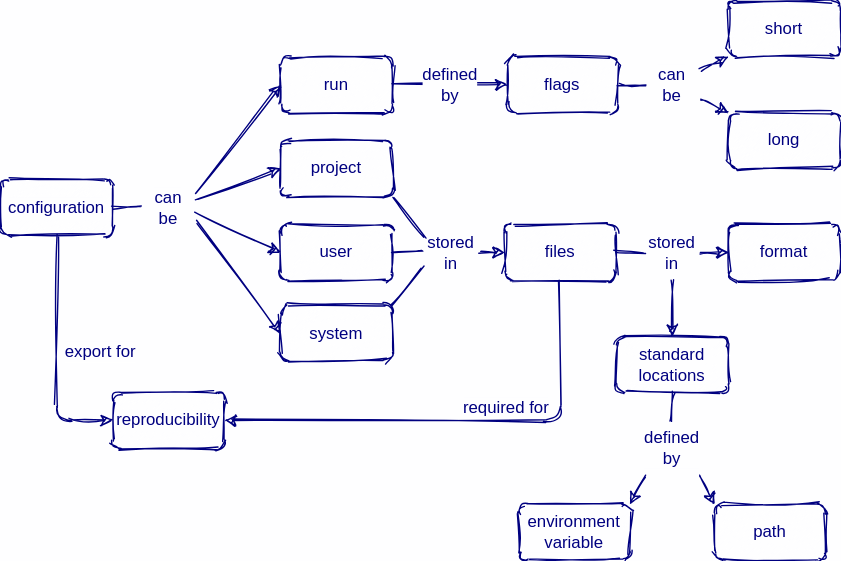
Earlier version of the draw.io export en/program-configuration.svg (rstudio/concept-maps). Source tidied: cells renumbered, new cells last; positions are measured from the earlier drawing's top-left corner, leaving out a move shared by most shapes.
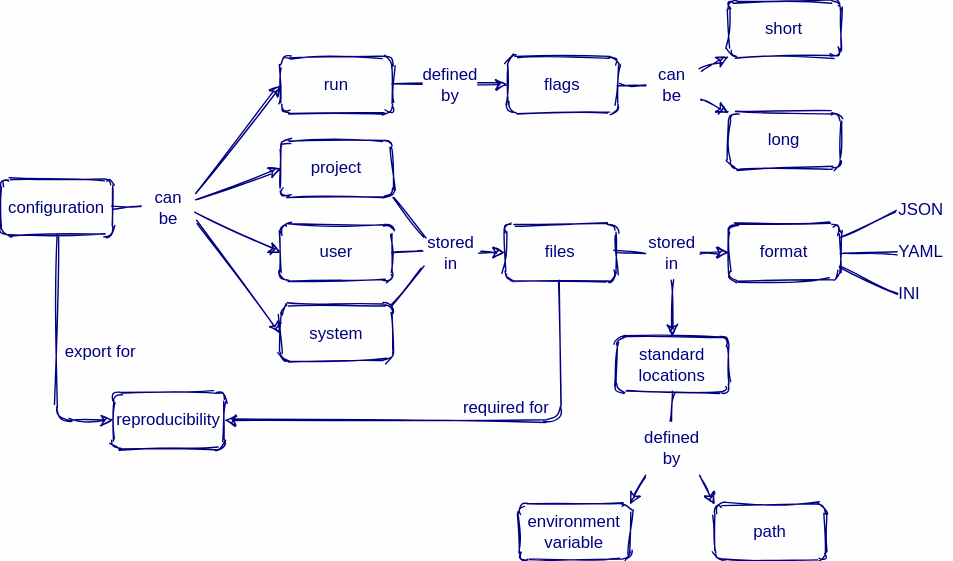
Later version of the same file.

Commit message:
Explaining formats

Change to the diagram source:
```diff
@@ -140,5 +140,23 @@
     <mxCell id="43" style="endArrow=classic;html=1;entryX=1;entryY=0;entryDx=0;entryDy=0;exitX=0;exitY=1;exitDx=0;exitDy=0;sketch=1;fontSize=12;fontColor=#000080;labelBackgroundColor=#FEFEFF;strokeColor=#000080;" parent="1" edge="1" source="40" target="24">
       <mxGeometry relative="1" as="geometry" />
     </mxCell>
+    <mxCell id="44" value="JSON" style="text;html=1;strokeColor=none;fillColor=none;align=left;verticalAlign=middle;whiteSpace=wrap;sketch=1;rounded=1;fontSize=12;fontColor=#000080;labelBackgroundColor=#FEFEFF;" parent="1" vertex="1">
+      <mxGeometry x="640" y="135" width="40" height="30" as="geometry" />
+    </mxCell>
+    <mxCell id="45" value="YAML&lt;span style=&quot;color: rgba(0 , 0 , 0 , 0) ; font-family: monospace ; font-size: 0px ; background-color: rgb(248 , 249 , 250)&quot;&gt;%3CmxGraphModel%3E%3Croot%3E%3CmxCell%20id%3D%220%22%2F%3E%3CmxCell%20id%3D%221%22%20parent%3D%220%22%2F%3E%3CmxCell%20id%3D%222%22%20value%3D%22JSON%22%20style%3D%22text%3Bhtml%3D1%3BstrokeColor%3Dnone%3BfillColor%3Dnone%3Balign%3Dcenter%3BverticalAlign%3Dmiddle%3BwhiteSpace%3Dwrap%3Bsketch%3D1%3Brounded%3D1%3BfontSize%3D12%3BfontColor%3D%23000080%3BlabelBackgroundColor%3D%23FEFEFF%3B%22%20vertex%3D%221%22%20parent%3D%221%22%3E%3CmxGeometry%20x%3D%22680%22%20y%3D%22160%22%20width%3D%2240%22%20height%3D%2230%22%20as%3D%22geometry%22%2F%3E%3C%2FmxCell%3E%3C%2Froot%3E%3C%2FmxGraphModel%3E&lt;/span&gt;&lt;span style=&quot;color: rgba(0 , 0 , 0 , 0) ; font-family: monospace ; font-size: 0px ; background-color: rgb(248 , 249 , 250)&quot;&gt;%3CmxGraphModel%3E%3Croot%3E%3CmxCell%20id%3D%220%22%2F%3E%3CmxCell%20id%3D%221%22%20parent%3D%220%22%2F%3E%3CmxCell%20id%3D%222%22%20value%3D%22JSON%22%20style%3D%22text%3Bhtml%3D1%3BstrokeColor%3Dnone%3BfillColor%3Dnone%3Balign%3Dcenter%3BverticalAlign%3Dmiddle%3BwhiteSpace%3Dwrap%3Bsketch%3D1%3Brounded%3D1%3BfontSize%3D12%3BfontColor%3D%23000080%3BlabelBackgroundColor%3D%23FEFEFF%3B%22%20vertex%3D%221%22%20parent%3D%221%22%3E%3CmxGeometry%20x%3D%22680%22%20y%3D%22160%22%20width%3D%2240%22%20height%3D%2230%22%20as%3D%22geometry%22%2F%3E%3C%2FmxCell%3E%3C%2Froot%3E%3C%2FmxGraphModel%3E&lt;/span&gt;" style="text;html=1;strokeColor=none;fillColor=none;align=left;verticalAlign=middle;whiteSpace=wrap;sketch=1;rounded=1;fontSize=12;fontColor=#000080;labelBackgroundColor=#FEFEFF;" parent="1" vertex="1">
+      <mxGeometry x="640" y="165" width="40" height="30" as="geometry" />
+    </mxCell>
+    <mxCell id="46" value="INI" style="text;html=1;strokeColor=none;fillColor=none;align=left;verticalAlign=middle;whiteSpace=wrap;sketch=1;rounded=1;fontSize=12;fontColor=#000080;labelBackgroundColor=#FEFEFF;" parent="1" vertex="1">
+      <mxGeometry x="640" y="195" width="40" height="30" as="geometry" />
+    </mxCell>
+    <mxCell id="47" style="endArrow=none;html=1;entryX=0;entryY=0.5;entryDx=0;entryDy=0;exitX=1;exitY=0.25;exitDx=0;exitDy=0;sketch=1;fontSize=12;fontColor=#000080;labelBackgroundColor=#FEFEFF;strokeColor=#000080;" parent="1" edge="1" source="8" target="44">
+      <mxGeometry relative="1" as="geometry" />
+    </mxCell>
+    <mxCell id="48" style="endArrow=none;html=1;entryX=0;entryY=0.5;entryDx=0;entryDy=0;exitX=1;exitY=0.5;exitDx=0;exitDy=0;sketch=1;fontSize=12;fontColor=#000080;labelBackgroundColor=#FEFEFF;strokeColor=#000080;" parent="1" edge="1" source="8" target="45">
+      <mxGeometry relative="1" as="geometry" />
+    </mxCell>
+    <mxCell id="49" style="endArrow=none;html=1;entryX=0;entryY=0.5;entryDx=0;entryDy=0;exitX=1;exitY=0.75;exitDx=0;exitDy=0;sketch=1;fontSize=12;fontColor=#000080;labelBackgroundColor=#FEFEFF;strokeColor=#000080;" parent="1" edge="1" source="8" target="46">
+      <mxGeometry relative="1" as="geometry" />
+    </mxCell>
   </root>
 </mxGraphModel>
```
